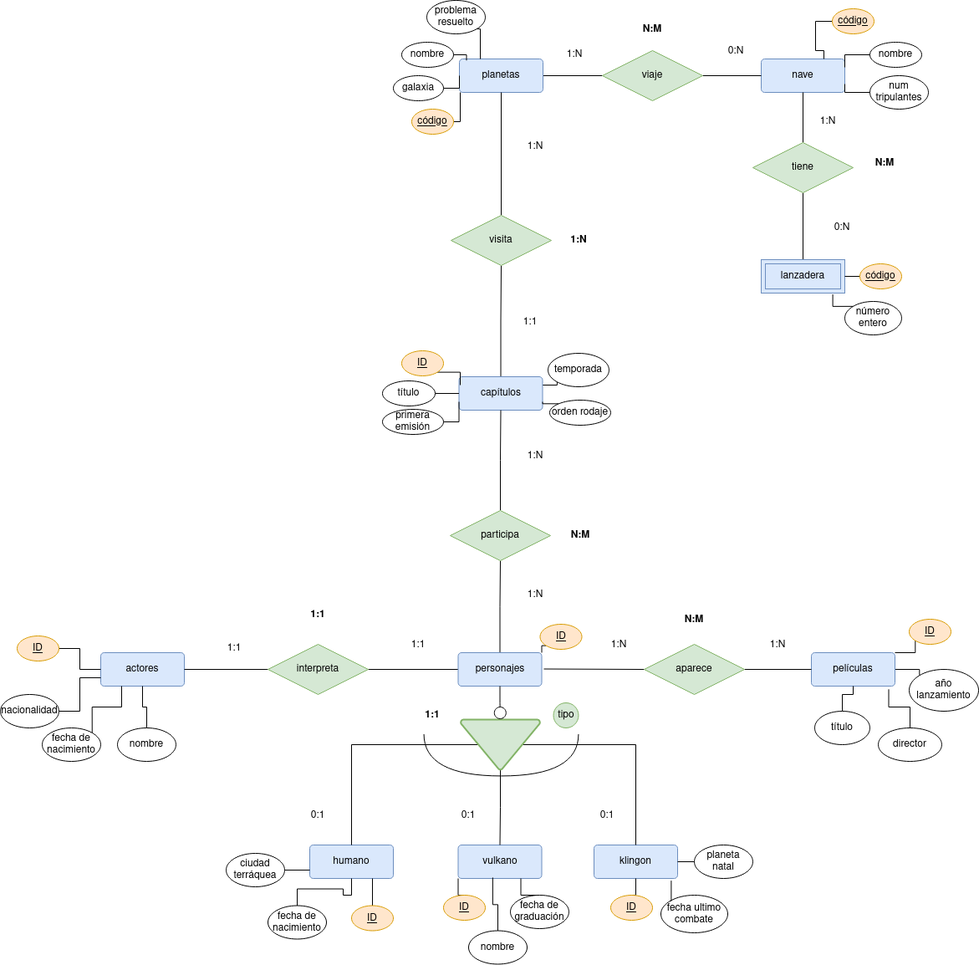
mdiogc/base-datos keeps this draw.io diagram as Unidad-1/Tareas./Tarea-10 (diagramas)/star-trek.drawio.png. Above is the earlier version. Source tidied: cells renumbered, new cells last; positions are measured from the earlier drawing's top-left corner, leaving out a move shared by most shapes.
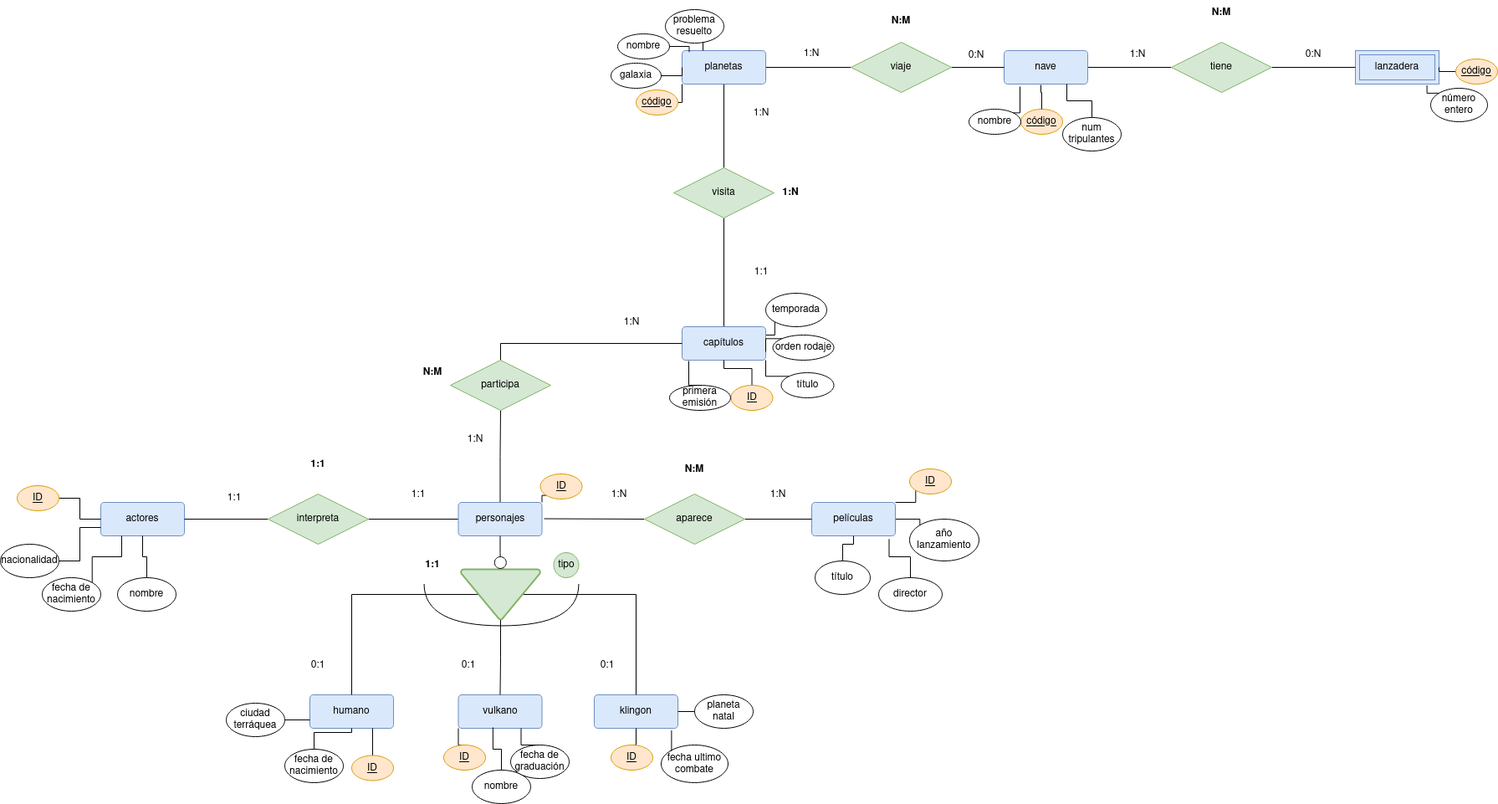
The same diagram one commit later.

Change to the diagram source:
```diff
@@ -41,4 +41,7 @@
     <mxCell id="14" value="capítulos" style="rounded=1;arcSize=10;whiteSpace=wrap;html=1;align=center;fillColor=#dae8fc;strokeColor=#6c8ebf;" parent="1" vertex="1">
-      <mxGeometry x="548.5" y="450" width="100" height="40" as="geometry" />
+      <mxGeometry x="815" y="570" width="100" height="40" as="geometry" />
     </mxCell>
+    <mxCell id="123" style="edgeStyle=orthogonalEdgeStyle;rounded=0;jettySize=auto;html=1;exitX=0.5;exitY=1;exitDx=0;exitDy=0;entryX=0.5;entryY=0;entryDx=0;entryDy=0;endArrow=none;endFill=0;" parent="1" edge="1" source="16" target="30">
+      <mxGeometry relative="1" as="geometry" />
+    </mxCell>
     <mxCell id="15" style="edgeStyle=orthogonalEdgeStyle;rounded=0;jettySize=auto;html=1;exitX=1;exitY=0.5;exitDx=0;exitDy=0;entryX=0;entryY=0.5;entryDx=0;entryDy=0;endArrow=none;endFill=0;" parent="1" edge="1" source="16" target="32">
@@ -47,12 +50,12 @@
     <mxCell id="16" value="planetas" style="rounded=1;arcSize=10;whiteSpace=wrap;html=1;align=center;fillColor=#dae8fc;strokeColor=#6c8ebf;" parent="1" vertex="1">
-      <mxGeometry x="549" y="70" width="100" height="40" as="geometry" />
+      <mxGeometry x="815" y="240" width="100" height="40" as="geometry" />
     </mxCell>
+    <mxCell id="124" style="edgeStyle=orthogonalEdgeStyle;rounded=0;jettySize=auto;html=1;exitX=1;exitY=0.5;exitDx=0;exitDy=0;entryX=0;entryY=0.5;entryDx=0;entryDy=0;endArrow=none;endFill=0;" parent="1" edge="1" source="17" target="34">
+      <mxGeometry relative="1" as="geometry" />
+    </mxCell>
     <mxCell id="17" value="nave" style="rounded=1;arcSize=10;whiteSpace=wrap;html=1;align=center;fillColor=#dae8fc;strokeColor=#6c8ebf;" parent="1" vertex="1">
-      <mxGeometry x="910" y="70" width="100" height="40" as="geometry" />
+      <mxGeometry x="1200" y="240" width="100" height="40" as="geometry" />
     </mxCell>
-    <mxCell id="18" style="edgeStyle=orthogonalEdgeStyle;rounded=0;jettySize=auto;html=1;exitX=0.5;exitY=0;exitDx=0;exitDy=0;entryX=0.5;entryY=1;entryDx=0;entryDy=0;endArrow=none;endFill=0;" parent="1" edge="1" source="19" target="34">
-      <mxGeometry relative="1" as="geometry" />
-    </mxCell>
     <mxCell id="19" value="lanzadera" style="shape=ext;margin=3;double=1;whiteSpace=wrap;html=1;align=center;fillColor=#dae8fc;strokeColor=#6c8ebf;" parent="1" vertex="1">
-      <mxGeometry x="910" y="310" width="100" height="40" as="geometry" />
+      <mxGeometry x="1620" y="240" width="100" height="40" as="geometry" />
     </mxCell>
@@ -87,7 +90,4 @@
     </mxCell>
-    <mxCell id="29" style="edgeStyle=orthogonalEdgeStyle;rounded=0;jettySize=auto;html=1;exitX=0.5;exitY=0;exitDx=0;exitDy=0;entryX=0.5;entryY=1;entryDx=0;entryDy=0;endArrow=none;endFill=0;" parent="1" edge="1" source="30" target="16">
-      <mxGeometry relative="1" as="geometry" />
-    </mxCell>
     <mxCell id="30" value="visita" style="shape=rhombus;perimeter=rhombusPerimeter;whiteSpace=wrap;html=1;align=center;fillColor=#d5e8d4;strokeColor=#82b366;" parent="1" vertex="1">
-      <mxGeometry x="539" y="257" width="120" height="60" as="geometry" />
+      <mxGeometry x="805" y="380" width="120" height="60" as="geometry" />
     </mxCell>
@@ -97,9 +97,9 @@
     <mxCell id="32" value="viaje" style="shape=rhombus;perimeter=rhombusPerimeter;whiteSpace=wrap;html=1;align=center;fillColor=#d5e8d4;strokeColor=#82b366;" parent="1" vertex="1">
-      <mxGeometry x="720" y="60" width="120" height="60" as="geometry" />
+      <mxGeometry x="1017" y="230" width="120" height="60" as="geometry" />
     </mxCell>
-    <mxCell id="33" style="edgeStyle=orthogonalEdgeStyle;rounded=0;jettySize=auto;html=1;exitX=0.5;exitY=0;exitDx=0;exitDy=0;entryX=0.5;entryY=1;entryDx=0;entryDy=0;endArrow=none;endFill=0;" parent="1" edge="1" source="34" target="17">
-      <mxGeometry relative="1" as="geometry" />
-    </mxCell>
+    <mxCell id="125" style="edgeStyle=orthogonalEdgeStyle;rounded=0;jettySize=auto;html=1;endArrow=none;endFill=0;" parent="1" edge="1" source="34" target="19">
+      <mxGeometry relative="1" as="geometry" />
+    </mxCell>
     <mxCell id="34" value="tiene" style="shape=rhombus;perimeter=rhombusPerimeter;whiteSpace=wrap;html=1;align=center;fillColor=#d5e8d4;strokeColor=#82b366;" parent="1" vertex="1">
-      <mxGeometry x="900" y="170" width="120" height="60" as="geometry" />
+      <mxGeometry x="1400" y="230" width="120" height="60" as="geometry" />
     </mxCell>
@@ -133,3 +133,3 @@
     <mxCell id="44" value="fecha de nacimiento" style="ellipse;whiteSpace=wrap;html=1;align=center;" parent="1" vertex="1">
-      <mxGeometry x="320" y="1082.5" width="70" height="40" as="geometry" />
+      <mxGeometry x="340" y="1075" width="70" height="40" as="geometry" />
     </mxCell>
@@ -148,3 +148,3 @@
     <mxCell id="49" value="nombre" style="ellipse;whiteSpace=wrap;html=1;align=center;" parent="1" vertex="1">
-      <mxGeometry x="560" y="1112.5" width="70" height="40" as="geometry" />
+      <mxGeometry x="564" y="1100" width="70" height="40" as="geometry" />
     </mxCell>
@@ -207,14 +207,12 @@
     </mxCell>
-    <mxCell id="69" style="edgeStyle=orthogonalEdgeStyle;rounded=0;jettySize=auto;html=1;exitX=1;exitY=1;exitDx=0;exitDy=0;endArrow=none;endFill=0;" parent="1" edge="1" source="70">
-      <mxGeometry relative="1" as="geometry">
-        <mxPoint x="550" y="460" as="targetPoint" />
-      </mxGeometry>
-    </mxCell>
+    <mxCell id="126" style="edgeStyle=orthogonalEdgeStyle;rounded=0;jettySize=auto;html=1;exitX=0.5;exitY=0;exitDx=0;exitDy=0;endArrow=none;endFill=0;" parent="1" edge="1" source="70" target="14">
+      <mxGeometry relative="1" as="geometry" />
+    </mxCell>
     <mxCell id="70" value="&lt;u&gt;ID&lt;/u&gt;" style="ellipse;whiteSpace=wrap;html=1;align=center;fillColor=#ffe6cc;strokeColor=#d79b00;" parent="1" vertex="1">
-      <mxGeometry x="480" y="419" width="50" height="30" as="geometry" />
+      <mxGeometry x="873.5" y="640" width="50" height="30" as="geometry" />
     </mxCell>
     <mxCell id="71" value="temporada" style="ellipse;whiteSpace=wrap;html=1;align=center;" parent="1" vertex="1">
-      <mxGeometry x="655" y="422" width="73" height="40" as="geometry" />
+      <mxGeometry x="915" y="530" width="73" height="40" as="geometry" />
     </mxCell>
-    <mxCell id="72" style="edgeStyle=orthogonalEdgeStyle;rounded=0;jettySize=auto;html=1;exitX=1;exitY=0.5;exitDx=0;exitDy=0;endArrow=none;endFill=0;" parent="1" edge="1" source="73" target="14">
+    <mxCell id="72" style="edgeStyle=orthogonalEdgeStyle;rounded=0;jettySize=auto;html=1;exitX=0;exitY=0;exitDx=0;exitDy=0;entryX=1;entryY=1;entryDx=0;entryDy=0;endArrow=none;endFill=0;" parent="1" edge="1" source="73" target="14">
       <mxGeometry relative="1" as="geometry" />
@@ -222,3 +220,3 @@
     <mxCell id="73" value="título" style="ellipse;whiteSpace=wrap;html=1;align=center;" parent="1" vertex="1">
-      <mxGeometry x="457" y="455" width="63" height="30" as="geometry" />
+      <mxGeometry x="933.5" y="625" width="63" height="30" as="geometry" />
     </mxCell>
@@ -228,20 +226,15 @@
     <mxCell id="75" value="orden rodaje" style="ellipse;whiteSpace=wrap;html=1;align=center;" parent="1" vertex="1">
-      <mxGeometry x="657" y="478" width="73" height="30" as="geometry" />
+      <mxGeometry x="923.5" y="580" width="73" height="30" as="geometry" />
     </mxCell>
-    <mxCell id="76" style="edgeStyle=orthogonalEdgeStyle;rounded=0;jettySize=auto;html=1;exitX=1;exitY=0.5;exitDx=0;exitDy=0;entryX=0;entryY=0.75;entryDx=0;entryDy=0;endArrow=none;endFill=0;" parent="1" edge="1" source="77" target="14">
-      <mxGeometry relative="1" as="geometry" />
-    </mxCell>
     <mxCell id="77" value="primera emisión" style="ellipse;whiteSpace=wrap;html=1;align=center;" parent="1" vertex="1">
-      <mxGeometry x="457" y="489" width="73" height="30" as="geometry" />
+      <mxGeometry x="800" y="640" width="73" height="30" as="geometry" />
     </mxCell>
-    <mxCell id="78" style="edgeStyle=orthogonalEdgeStyle;rounded=0;jettySize=auto;html=1;exitX=1;exitY=0.5;exitDx=0;exitDy=0;endArrow=none;endFill=0;" parent="1" edge="1" source="79">
-      <mxGeometry relative="1" as="geometry">
-        <mxPoint x="550" y="110" as="targetPoint" />
-      </mxGeometry>
-    </mxCell>
+    <mxCell id="127" style="edgeStyle=orthogonalEdgeStyle;rounded=0;jettySize=auto;html=1;exitX=1;exitY=0.5;exitDx=0;exitDy=0;entryX=0;entryY=1;entryDx=0;entryDy=0;endArrow=none;endFill=0;" parent="1" edge="1" source="79" target="16">
+      <mxGeometry relative="1" as="geometry" />
+    </mxCell>
     <mxCell id="79" value="&lt;u&gt;código&lt;/u&gt;" style="ellipse;whiteSpace=wrap;html=1;align=center;fillColor=#ffe6cc;strokeColor=#d79b00;" parent="1" vertex="1">
-      <mxGeometry x="492" y="130" width="50" height="30" as="geometry" />
+      <mxGeometry x="760" y="287" width="50" height="30" as="geometry" />
     </mxCell>
     <mxCell id="80" value="nombre" style="ellipse;whiteSpace=wrap;html=1;align=center;" parent="1" vertex="1">
-      <mxGeometry x="480" y="50" width="62" height="30" as="geometry" />
+      <mxGeometry x="738" y="220" width="62" height="30" as="geometry" />
     </mxCell>
@@ -251,3 +244,3 @@
     <mxCell id="82" value="galaxia" style="ellipse;whiteSpace=wrap;html=1;align=center;" parent="1" vertex="1">
-      <mxGeometry x="470" y="90" width="60" height="30" as="geometry" />
+      <mxGeometry x="730" y="255" width="60" height="30" as="geometry" />
     </mxCell>
@@ -257,3 +250,3 @@
     <mxCell id="84" value="problema resuelto" style="ellipse;whiteSpace=wrap;html=1;align=center;" parent="1" vertex="1">
-      <mxGeometry x="510" width="70" height="40" as="geometry" />
+      <mxGeometry x="795" y="191" width="70" height="40" as="geometry" />
     </mxCell>
@@ -262,15 +255,9 @@
     </mxCell>
-    <mxCell id="86" style="edgeStyle=orthogonalEdgeStyle;rounded=0;jettySize=auto;html=1;exitX=0;exitY=0.5;exitDx=0;exitDy=0;entryX=0.75;entryY=0;entryDx=0;entryDy=0;endArrow=none;endFill=0;" parent="1" edge="1" source="87" target="17">
-      <mxGeometry relative="1" as="geometry" />
-    </mxCell>
     <mxCell id="87" value="&lt;u&gt;código&lt;/u&gt;" style="ellipse;whiteSpace=wrap;html=1;align=center;fillColor=#ffe6cc;strokeColor=#d79b00;" parent="1" vertex="1">
-      <mxGeometry x="995" y="10" width="50" height="30" as="geometry" />
+      <mxGeometry x="1220" y="310" width="50" height="30" as="geometry" />
     </mxCell>
-    <mxCell id="88" style="edgeStyle=orthogonalEdgeStyle;rounded=0;jettySize=auto;html=1;exitX=0;exitY=0.5;exitDx=0;exitDy=0;entryX=1;entryY=0.25;entryDx=0;entryDy=0;endArrow=none;endFill=0;" parent="1" edge="1" source="89" target="17">
-      <mxGeometry relative="1" as="geometry" />
-    </mxCell>
     <mxCell id="89" value="nombre" style="ellipse;whiteSpace=wrap;html=1;align=center;" parent="1" vertex="1">
-      <mxGeometry x="1040" y="50" width="62" height="30" as="geometry" />
+      <mxGeometry x="1158" y="310" width="62" height="30" as="geometry" />
     </mxCell>
-    <mxCell id="90" style="edgeStyle=orthogonalEdgeStyle;rounded=0;jettySize=auto;html=1;exitX=0;exitY=0.5;exitDx=0;exitDy=0;entryX=1;entryY=0.75;entryDx=0;entryDy=0;endArrow=none;endFill=0;" parent="1" edge="1" source="91" target="17">
+    <mxCell id="90" style="edgeStyle=orthogonalEdgeStyle;rounded=0;jettySize=auto;html=1;exitX=0.5;exitY=0;exitDx=0;exitDy=0;entryX=0.75;entryY=1;entryDx=0;entryDy=0;endArrow=none;endFill=0;" parent="1" edge="1" source="91" target="17">
       <mxGeometry relative="1" as="geometry" />
@@ -278,6 +265,6 @@
     <mxCell id="91" value="num tripulantes" style="ellipse;whiteSpace=wrap;html=1;align=center;" parent="1" vertex="1">
-      <mxGeometry x="1040" y="90" width="70" height="40" as="geometry" />
+      <mxGeometry x="1270" y="320" width="70" height="40" as="geometry" />
     </mxCell>
     <mxCell id="92" value="número entero" style="ellipse;whiteSpace=wrap;html=1;align=center;" parent="1" vertex="1">
-      <mxGeometry x="1010" y="360" width="68" height="40" as="geometry" />
+      <mxGeometry x="1710" y="285" width="68" height="40" as="geometry" />
     </mxCell>
@@ -287,3 +274,3 @@
     <mxCell id="94" value="&lt;u&gt;código&lt;/u&gt;" style="ellipse;whiteSpace=wrap;html=1;align=center;fillColor=#ffe6cc;strokeColor=#d79b00;" parent="1" vertex="1">
-      <mxGeometry x="1028" y="315" width="50" height="30" as="geometry" />
+      <mxGeometry x="1740" y="250" width="50" height="30" as="geometry" />
     </mxCell>
@@ -323,36 +310,36 @@
     <mxCell id="106" value="1:N" style="text;html=1;strokeColor=none;fillColor=none;align=center;verticalAlign=middle;whiteSpace=wrap;rounded=0;" parent="1" vertex="1">
-      <mxGeometry x="610" y="530" width="60" height="30" as="geometry" />
+      <mxGeometry x="725" y="550" width="60" height="30" as="geometry" />
     </mxCell>
     <mxCell id="107" value="1:N" style="text;html=1;strokeColor=none;fillColor=none;align=center;verticalAlign=middle;whiteSpace=wrap;rounded=0;" parent="1" vertex="1">
-      <mxGeometry x="610" y="696" width="60" height="30" as="geometry" />
+      <mxGeometry x="538" y="690" width="60" height="30" as="geometry" />
     </mxCell>
     <mxCell id="108" value="&lt;b&gt;N:M&lt;/b&gt;" style="text;html=1;strokeColor=none;fillColor=none;align=center;verticalAlign=middle;whiteSpace=wrap;rounded=0;" parent="1" vertex="1">
-      <mxGeometry x="663.5" y="625" width="60" height="30" as="geometry" />
+      <mxGeometry x="487" y="610" width="60" height="30" as="geometry" />
     </mxCell>
     <mxCell id="109" value="1:N" style="text;html=1;strokeColor=none;fillColor=none;align=center;verticalAlign=middle;whiteSpace=wrap;rounded=0;" parent="1" vertex="1">
-      <mxGeometry x="610" y="160" width="60" height="30" as="geometry" />
+      <mxGeometry x="880" y="300" width="60" height="30" as="geometry" />
     </mxCell>
     <mxCell id="110" value="1:1" style="text;html=1;strokeColor=none;fillColor=none;align=center;verticalAlign=middle;whiteSpace=wrap;rounded=0;" parent="1" vertex="1">
-      <mxGeometry x="603.5" y="370" width="60" height="30" as="geometry" />
+      <mxGeometry x="880" y="490" width="60" height="30" as="geometry" />
     </mxCell>
     <mxCell id="111" value="&lt;b&gt;1:N&lt;/b&gt;" style="text;html=1;strokeColor=none;fillColor=none;align=center;verticalAlign=middle;whiteSpace=wrap;rounded=0;" parent="1" vertex="1">
-      <mxGeometry x="661.5" y="272" width="60" height="30" as="geometry" />
+      <mxGeometry x="915" y="395" width="60" height="30" as="geometry" />
     </mxCell>
     <mxCell id="112" value="1:N" style="text;html=1;strokeColor=none;fillColor=none;align=center;verticalAlign=middle;whiteSpace=wrap;rounded=0;" parent="1" vertex="1">
-      <mxGeometry x="657" y="50" width="60" height="30" as="geometry" />
+      <mxGeometry x="940" y="229" width="60" height="30" as="geometry" />
     </mxCell>
     <mxCell id="113" value="0:N" style="text;html=1;strokeColor=none;fillColor=none;align=center;verticalAlign=middle;whiteSpace=wrap;rounded=0;" parent="1" vertex="1">
-      <mxGeometry x="850" y="46" width="60" height="30" as="geometry" />
+      <mxGeometry x="1137" y="231" width="60" height="30" as="geometry" />
     </mxCell>
     <mxCell id="114" value="&lt;b&gt;N:M&lt;/b&gt;" style="text;html=1;strokeColor=none;fillColor=none;align=center;verticalAlign=middle;whiteSpace=wrap;rounded=0;" parent="1" vertex="1">
-      <mxGeometry x="750" y="20" width="60" height="30" as="geometry" />
+      <mxGeometry x="1047" y="190" width="60" height="30" as="geometry" />
     </mxCell>
     <mxCell id="115" value="1:N" style="text;html=1;strokeColor=none;fillColor=none;align=center;verticalAlign=middle;whiteSpace=wrap;rounded=0;" parent="1" vertex="1">
-      <mxGeometry x="960" y="130" width="60" height="30" as="geometry" />
+      <mxGeometry x="1330" y="230" width="60" height="30" as="geometry" />
     </mxCell>
     <mxCell id="116" value="0:N" style="text;html=1;strokeColor=none;fillColor=none;align=center;verticalAlign=middle;whiteSpace=wrap;rounded=0;" parent="1" vertex="1">
-      <mxGeometry x="977" y="257" width="60" height="30" as="geometry" />
+      <mxGeometry x="1540" y="230" width="60" height="30" as="geometry" />
     </mxCell>
     <mxCell id="117" value="&lt;b&gt;N:M&lt;/b&gt;" style="text;html=1;strokeColor=none;fillColor=none;align=center;verticalAlign=middle;whiteSpace=wrap;rounded=0;" parent="1" vertex="1">
-      <mxGeometry x="1028" y="180" width="60" height="30" as="geometry" />
+      <mxGeometry x="1430" y="180" width="60" height="30" as="geometry" />
     </mxCell>
@@ -373,2 +360,11 @@
     </mxCell>
+    <mxCell id="76" style="edgeStyle=orthogonalEdgeStyle;rounded=0;jettySize=auto;html=1;exitX=0.5;exitY=0;exitDx=0;exitDy=0;entryX=0.08;entryY=1.025;entryDx=0;entryDy=0;entryPerimeter=0;endArrow=none;endFill=0;" parent="1" edge="1" source="77" target="14">
+      <mxGeometry relative="1" as="geometry" />
+    </mxCell>
+    <mxCell id="86" style="edgeStyle=orthogonalEdgeStyle;rounded=0;jettySize=auto;html=1;entryX=0.44;entryY=1.025;entryDx=0;entryDy=0;entryPerimeter=0;endArrow=none;endFill=0;" parent="1" edge="1" source="87" target="17">
+      <mxGeometry relative="1" as="geometry" />
+    </mxCell>
+    <mxCell id="88" style="edgeStyle=orthogonalEdgeStyle;rounded=0;jettySize=auto;html=1;exitX=1;exitY=0;exitDx=0;exitDy=0;entryX=0.19;entryY=1.075;entryDx=0;entryDy=0;entryPerimeter=0;endArrow=none;endFill=0;" parent="1" edge="1" source="89" target="17">
+      <mxGeometry relative="1" as="geometry" />
+    </mxCell>
   </root>
```
